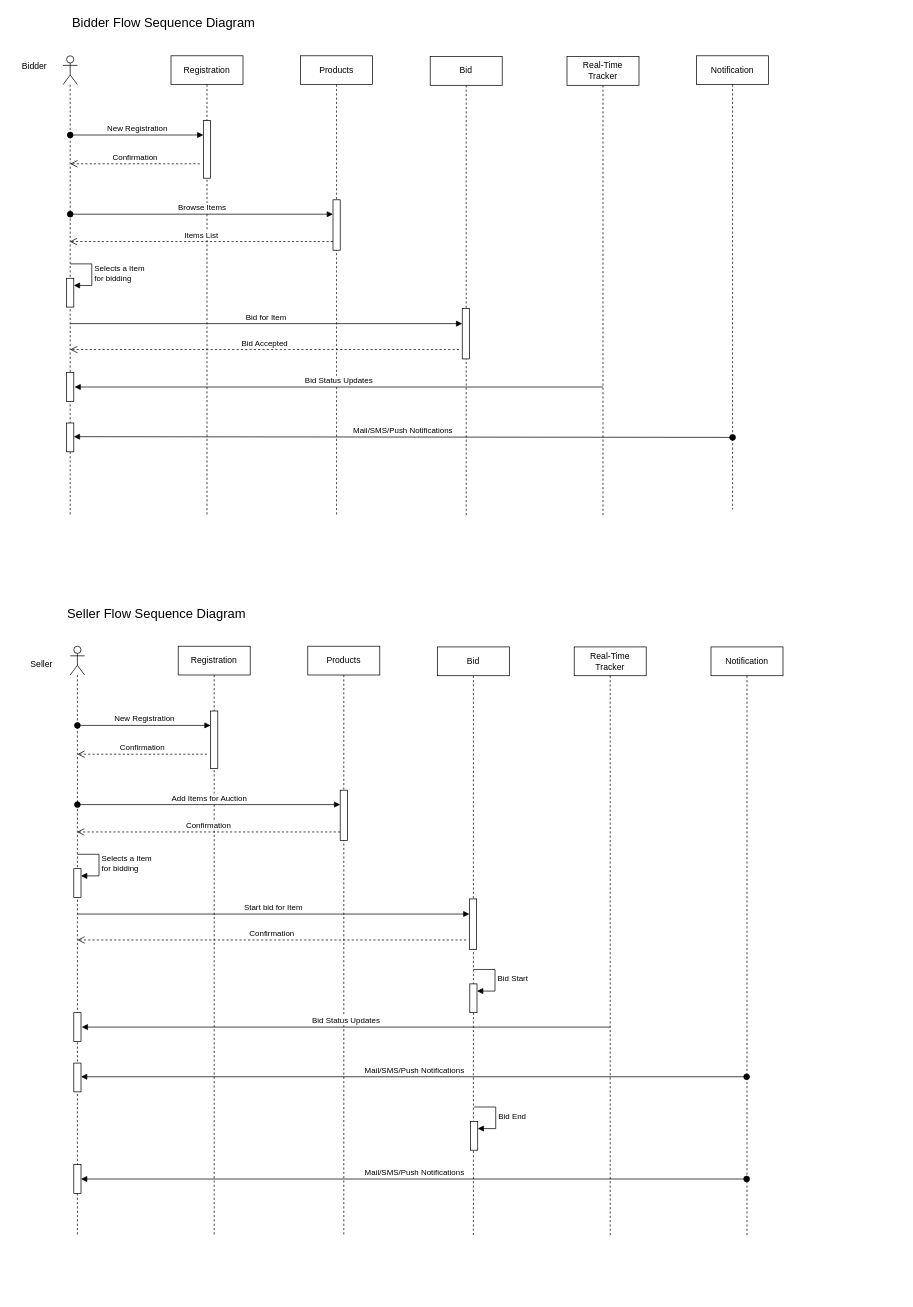
Above: online_bidding_system.drawio in pshivakumar/system-designs (draw.io), before the change. Source tidied: cells renumbered, new cells numbered last; positions are measured from the earlier drawing's top-left corner, leaving out a move shared by most shapes. Both pictures are drawn from the tidied source at 72%, with x=0, y=0 at pixel (12, 12).
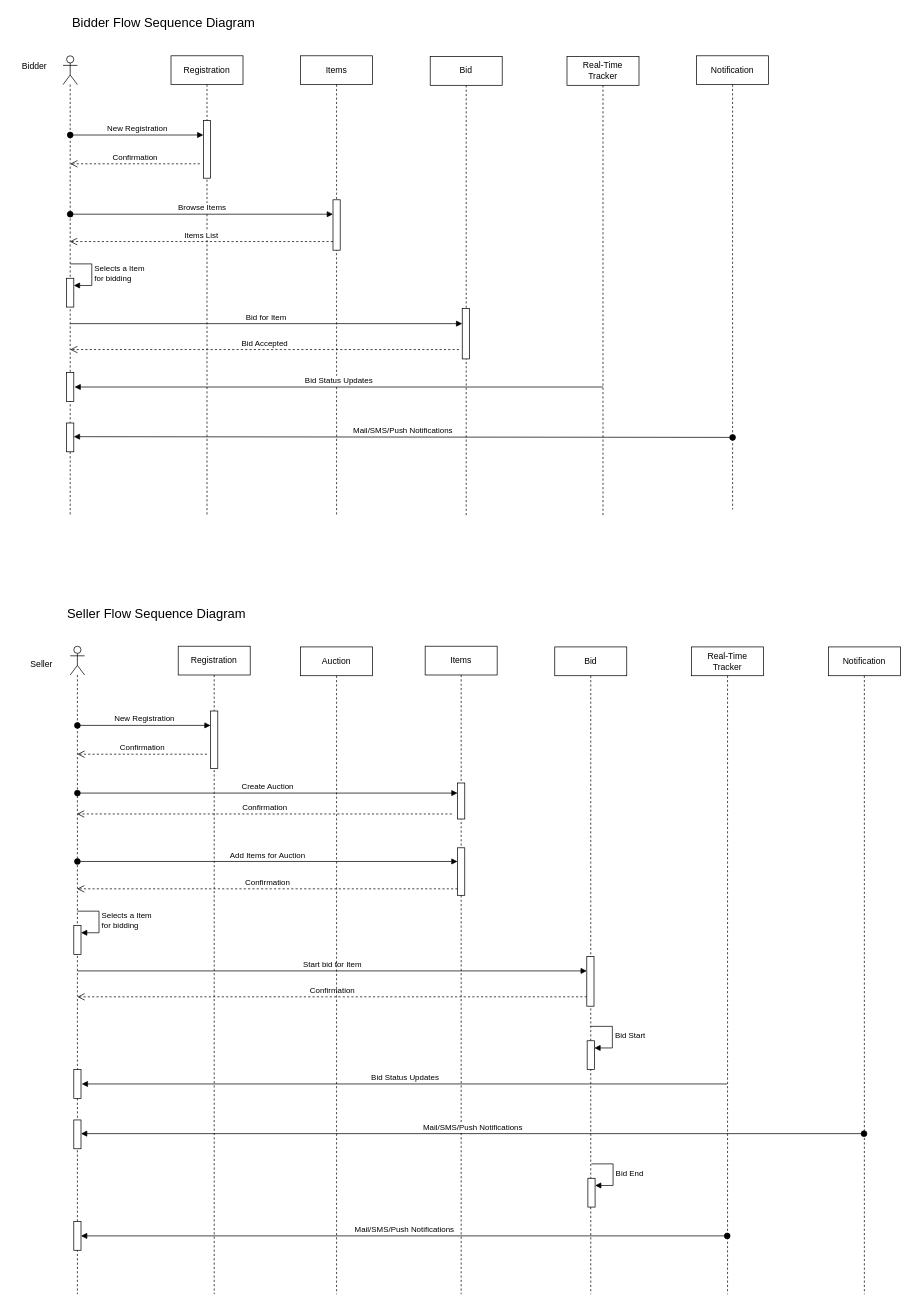
The same diagram, later.

Commit message:
docs: Updated the seller sequence diagram to add auction service and related flows

Change to the diagram source:
```diff
@@
-    <mxCell id="9" value="Products" style="shape=umlLifeline;perimeter=lifelinePerimeter;whiteSpace=wrap;html=1;newEdgeStyle={&quot;curved&quot;:0,&quot;rounded&quot;:0};" parent="1" vertex="1">
+    <mxCell id="9" value="Items" style="shape=umlLifeline;perimeter=lifelinePerimeter;whiteSpace=wrap;html=1;newEdgeStyle={&quot;curved&quot;:0,&quot;rounded&quot;:0};" parent="1" vertex="1">
       <mxGeometry x="400" y="60" width="100" height="640" as="geometry" />
     </mxCell>
@@
     <mxCell id="25" style="shape=umlLifeline;perimeter=lifelinePerimeter;whiteSpace=wrap;html=1;newEdgeStyle={&quot;curved&quot;:0,&quot;rounded&quot;:0};participant=umlActor;" parent="1" vertex="1">
-      <mxGeometry x="80" y="880" width="20" height="820" as="geometry" />
+      <mxGeometry x="80" y="880" width="20" height="900" as="geometry" />
     </mxCell>
     <mxCell id="26" style="html=1;points=[[0,0,0,0,5],[0,1,0,0,-5],[1,0,0,0,5],[1,1,0,0,-5]];perimeter=orthogonalPerimeter;outlineConnect=0;targetShapes=umlLifeline;portConstraint=eastwest;newEdgeStyle={&quot;curved&quot;:0,&quot;rounded&quot;:0};" parent="25" vertex="1">
-      <mxGeometry x="5" y="309" width="10" height="40" as="geometry" />
+      <mxGeometry x="5" y="388" width="10" height="40" as="geometry" />
     </mxCell>
     <mxCell id="27" value="Selects a Item&lt;br&gt;for bidding" style="html=1;align=left;spacingLeft=2;endArrow=block;rounded=0;edgeStyle=orthogonalEdgeStyle;curved=0;rounded=0;" parent="25" edge="1" target="26">
       <mxGeometry relative="1" as="geometry">
-        <mxPoint x="10" y="289" as="sourcePoint" />
+        <mxPoint x="10" y="368" as="sourcePoint" />
         <Array as="points">
-          <mxPoint x="40" y="319" />
+          <mxPoint x="40" y="398" />
         </Array>
       </mxGeometry>
     </mxCell>
     <mxCell id="28" style="html=1;perimeter=orthogonalPerimeter;targetShapes=umlLifeline;newEdgeStyle={&quot;curved&quot;:0,&quot;rounded&quot;:0};" parent="25" vertex="1">
-      <mxGeometry x="5" y="509" width="10" height="40" as="geometry" />
+      <mxGeometry x="5" y="588" width="10" height="40" as="geometry" />
     </mxCell>
     <mxCell id="29" style="html=1;perimeter=orthogonalPerimeter;targetShapes=umlLifeline;newEdgeStyle={&quot;curved&quot;:0,&quot;rounded&quot;:0};" parent="25" vertex="1">
-      <mxGeometry x="5" y="579" width="10" height="40" as="geometry" />
+      <mxGeometry x="5" y="658" width="10" height="40" as="geometry" />
     </mxCell>
     <mxCell id="30" style="html=1;perimeter=orthogonalPerimeter;targetShapes=umlLifeline;newEdgeStyle={&quot;curved&quot;:0,&quot;rounded&quot;:0};" parent="25" vertex="1">
-      <mxGeometry x="5" y="720" width="10" height="40" as="geometry" />
+      <mxGeometry x="5" y="799" width="10" height="40" as="geometry" />
     </mxCell>
     <mxCell id="31" value="Registration" style="shape=umlLifeline;perimeter=lifelinePerimeter;whiteSpace=wrap;html=1;newEdgeStyle={&quot;curved&quot;:0,&quot;rounded&quot;:0};" parent="1" vertex="1">
-      <mxGeometry x="230" y="880" width="100" height="820" as="geometry" />
+      <mxGeometry x="230" y="880" width="100" height="900" as="geometry" />
     </mxCell>
@@
-    <mxCell id="33" value="Products" style="shape=umlLifeline;perimeter=lifelinePerimeter;whiteSpace=wrap;html=1;newEdgeStyle={&quot;curved&quot;:0,&quot;rounded&quot;:0};" parent="1" vertex="1">
-      <mxGeometry x="410" y="880" width="100" height="820" as="geometry" />
+    <mxCell id="33" value="Items" style="shape=umlLifeline;perimeter=lifelinePerimeter;whiteSpace=wrap;html=1;newEdgeStyle={&quot;curved&quot;:0,&quot;rounded&quot;:0};" parent="1" vertex="1">
+      <mxGeometry x="573" y="880" width="100" height="900" as="geometry" />
     </mxCell>
     <mxCell id="34" style="html=1;points=[[0,0,0,0,5],[0,1,0,0,-5],[1,0,0,0,5],[1,1,0,0,-5]];perimeter=orthogonalPerimeter;outlineConnect=0;targetShapes=umlLifeline;portConstraint=eastwest;newEdgeStyle={&quot;curved&quot;:0,&quot;rounded&quot;:0};" parent="33" vertex="1">
-      <mxGeometry x="45" y="200" width="10" height="70" as="geometry" />
+      <mxGeometry x="45" y="280" width="10" height="66" as="geometry" />
     </mxCell>
+    <mxCell id="54" style="html=1;perimeter=orthogonalPerimeter;targetShapes=umlLifeline;newEdgeStyle={&quot;curved&quot;:0,&quot;rounded&quot;:0};" parent="33" vertex="1">
+      <mxGeometry x="45" y="190" width="10" height="50" as="geometry" />
+    </mxCell>
     <mxCell id="35" value="Bid" style="shape=umlLifeline;perimeter=lifelinePerimeter;whiteSpace=wrap;html=1;newEdgeStyle={&quot;curved&quot;:0,&quot;rounded&quot;:0};" parent="1" vertex="1">
-      <mxGeometry x="590" y="881" width="100" height="819" as="geometry" />
+      <mxGeometry x="753" y="881" width="100" height="899" as="geometry" />
     </mxCell>
     <mxCell id="36" style="html=1;points=[[0,0,0,0,5],[0,1,0,0,-5],[1,0,0,0,5],[1,1,0,0,-5]];perimeter=orthogonalPerimeter;outlineConnect=0;targetShapes=umlLifeline;portConstraint=eastwest;newEdgeStyle={&quot;curved&quot;:0,&quot;rounded&quot;:0};" parent="35" vertex="1">
-      <mxGeometry x="44.5" y="350" width="10" height="70" as="geometry" />
+      <mxGeometry x="44.5" y="430" width="10" height="69" as="geometry" />
     </mxCell>
     <mxCell id="37" style="html=1;points=[[0,0,0,0,5],[0,1,0,0,-5],[1,0,0,0,5],[1,1,0,0,-5]];perimeter=orthogonalPerimeter;outlineConnect=0;targetShapes=umlLifeline;portConstraint=eastwest;newEdgeStyle={&quot;curved&quot;:0,&quot;rounded&quot;:0};" parent="35" vertex="1">
-      <mxGeometry x="45" y="468" width="10" height="40" as="geometry" />
+      <mxGeometry x="45" y="547" width="10" height="40" as="geometry" />
     </mxCell>
     <mxCell id="38" value="Bid Start" style="html=1;align=left;spacingLeft=2;endArrow=block;rounded=0;edgeStyle=orthogonalEdgeStyle;curved=0;rounded=0;" parent="35" edge="1" target="37">
       <mxGeometry relative="1" as="geometry">
-        <mxPoint x="50" y="448" as="sourcePoint" />
+        <mxPoint x="50" y="527" as="sourcePoint" />
         <Array as="points">
-          <mxPoint x="80" y="478" />
+          <mxPoint x="80" y="557" />
         </Array>
       </mxGeometry>
     </mxCell>
     <mxCell id="39" style="html=1;points=[[0,0,0,0,5],[0,1,0,0,-5],[1,0,0,0,5],[1,1,0,0,-5]];perimeter=orthogonalPerimeter;outlineConnect=0;targetShapes=umlLifeline;portConstraint=eastwest;newEdgeStyle={&quot;curved&quot;:0,&quot;rounded&quot;:0};" parent="35" vertex="1">
-      <mxGeometry x="46" y="659" width="10" height="40" as="geometry" />
+      <mxGeometry x="46" y="738" width="10" height="40" as="geometry" />
     </mxCell>
     <mxCell id="40" value="Bid End" style="html=1;align=left;spacingLeft=2;endArrow=block;rounded=0;edgeStyle=orthogonalEdgeStyle;curved=0;rounded=0;" parent="35" edge="1" target="39">
       <mxGeometry relative="1" as="geometry">
-        <mxPoint x="51" y="639" as="sourcePoint" />
+        <mxPoint x="51" y="718" as="sourcePoint" />
         <Array as="points">
-          <mxPoint x="81" y="669" />
+          <mxPoint x="81" y="748" />
         </Array>
       </mxGeometry>
     </mxCell>
     <mxCell id="41" value="Real-Time Tracker" style="shape=umlLifeline;perimeter=lifelinePerimeter;whiteSpace=wrap;html=1;outlineConnect=0;portConstraint=eastwest;newEdgeStyle={&quot;curved&quot;:0,&quot;rounded&quot;:0};" parent="1" vertex="1">
-      <mxGeometry x="780" y="881" width="100" height="819" as="geometry" />
+      <mxGeometry x="943" y="881" width="100" height="899" as="geometry" />
     </mxCell>
@@
-    <mxCell id="44" value="Add Items for Auction" style="html=1;verticalAlign=bottom;startArrow=oval;startFill=1;endArrow=block;startSize=8;curved=0;rounded=0;" parent="1" edge="1" target="34">
+    <mxCell id="44" value="Add Items for Auction" style="html=1;verticalAlign=bottom;startArrow=oval;startFill=1;endArrow=block;startSize=8;curved=0;rounded=0;" parent="1" edge="1">
       <mxGeometry relative="1" as="geometry">
-        <mxPoint x="90" y="1100" as="sourcePoint" />
+        <mxPoint x="90" y="1179" as="sourcePoint" />
+        <mxPoint x="618" y="1179" as="targetPoint" />
       </mxGeometry>
     </mxCell>
-    <mxCell id="45" value="Confirmation" style="html=1;verticalAlign=bottom;endArrow=open;dashed=1;endSize=8;curved=0;rounded=0;exitX=0;exitY=1;exitDx=0;exitDy=-5;exitPerimeter=0;" parent="1" edge="1">
+    <mxCell id="45" value="Confirmation" style="html=1;verticalAlign=bottom;endArrow=open;dashed=1;endSize=8;curved=0;rounded=0;" parent="1" edge="1">
       <mxGeometry relative="1" as="geometry">
-        <mxPoint x="455" y="1138" as="sourcePoint" />
-        <mxPoint x="89.5" y="1138" as="targetPoint" />
+        <mxPoint x="618" y="1217" as="sourcePoint" />
+        <mxPoint x="89.5" y="1217" as="targetPoint" />
       </mxGeometry>
     </mxCell>
-    <mxCell id="46" value="Start bid for Item" style="html=1;verticalAlign=bottom;endArrow=block;curved=0;rounded=0;" parent="1" edge="1">
+    <mxCell id="46" value="Start bid for Item" style="html=1;verticalAlign=bottom;endArrow=block;curved=0;rounded=0;" parent="1" edge="1" target="36">
       <mxGeometry relative="1" as="geometry">
-        <mxPoint x="90" y="1252" as="sourcePoint" />
-        <mxPoint x="634.5" y="1252" as="targetPoint" />
+        <mxPoint x="90" y="1331" as="sourcePoint" />
       </mxGeometry>
     </mxCell>
-    <mxCell id="47" value="Confirmation" style="html=1;verticalAlign=bottom;endArrow=open;dashed=1;endSize=8;curved=0;rounded=0;" parent="1" edge="1">
+    <mxCell id="47" value="Confirmation" style="html=1;verticalAlign=bottom;endArrow=open;dashed=1;endSize=8;curved=0;rounded=0;" parent="1" edge="1" source="36">
       <mxGeometry relative="1" as="geometry">
-        <mxPoint x="630" y="1288" as="sourcePoint" />
-        <mxPoint x="90" y="1288" as="targetPoint" />
+        <mxPoint x="90" y="1367" as="targetPoint" />
       </mxGeometry>
     </mxCell>
-    <mxCell id="48" value="Bid Status Updates" style="html=1;verticalAlign=bottom;endArrow=block;curved=0;rounded=0;" parent="1" edge="1">
+    <mxCell id="48" value="Bid Status Updates" style="html=1;verticalAlign=bottom;endArrow=block;curved=0;rounded=0;" parent="1" edge="1" source="41">
       <mxGeometry relative="1" as="geometry">
-        <mxPoint x="830" y="1409" as="sourcePoint" />
-        <mxPoint x="96" y="1409" as="targetPoint" />
+        <mxPoint x="96" y="1488" as="targetPoint" />
       </mxGeometry>
     </mxCell>
-    <mxCell id="49" value="Mail/SMS/Push Notifications" style="html=1;verticalAlign=bottom;startArrow=oval;endArrow=block;startSize=8;curved=0;rounded=0;entryX=1;entryY=0;entryDx=0;entryDy=5;entryPerimeter=0;" parent="1" edge="1">
+    <mxCell id="49" value="Mail/SMS/Push Notifications" style="html=1;verticalAlign=bottom;startArrow=oval;endArrow=block;startSize=8;curved=0;rounded=0;entryX=1;entryY=0;entryDx=0;entryDy=5;entryPerimeter=0;" parent="1" edge="1" source="52">
       <mxGeometry relative="1" as="geometry">
-        <mxPoint x="1019.5" y="1478" as="sourcePoint" />
-        <mxPoint x="95" y="1478" as="targetPoint" />
+        <mxPoint x="95" y="1557" as="targetPoint" />
       </mxGeometry>
     </mxCell>
@@
     <mxCell id="52" value="Notification" style="shape=umlLifeline;perimeter=lifelinePerimeter;whiteSpace=wrap;html=1;outlineConnect=0;portConstraint=eastwest;newEdgeStyle={&quot;curved&quot;:0,&quot;rounded&quot;:0};" parent="1" vertex="1">
-      <mxGeometry x="970" y="881" width="100" height="819" as="geometry" />
+      <mxGeometry x="1133" y="881" width="100" height="899" as="geometry" />
     </mxCell>
     <mxCell id="53" value="Mail/SMS/Push Notifications" style="html=1;verticalAlign=bottom;startArrow=oval;endArrow=block;startSize=8;curved=0;rounded=0;entryX=1;entryY=0;entryDx=0;entryDy=5;entryPerimeter=0;" parent="1" edge="1">
       <mxGeometry relative="1" as="geometry">
-        <mxPoint x="1019.5" y="1620" as="sourcePoint" />
-        <mxPoint x="95" y="1620" as="targetPoint" />
+        <mxPoint x="992.5" y="1699" as="sourcePoint" />
+        <mxPoint x="95" y="1699" as="targetPoint" />
       </mxGeometry>
     </mxCell>
+    <mxCell id="55" value="Auction" style="shape=umlLifeline;perimeter=lifelinePerimeter;whiteSpace=wrap;html=1;newEdgeStyle={&quot;curved&quot;:0,&quot;rounded&quot;:0};" parent="1" vertex="1">
+      <mxGeometry x="400" y="881" width="100" height="899" as="geometry" />
+    </mxCell>
+    <mxCell id="56" value="Create Auction" style="html=1;verticalAlign=bottom;startArrow=oval;startFill=1;endArrow=block;startSize=8;curved=0;rounded=0;" parent="1" edge="1">
+      <mxGeometry relative="1" as="geometry">
+        <mxPoint x="90" y="1084" as="sourcePoint" />
+        <mxPoint x="618" y="1084" as="targetPoint" />
+      </mxGeometry>
+    </mxCell>
+    <mxCell id="57" value="Confirmation" style="html=1;verticalAlign=bottom;endArrow=open;dashed=1;endSize=8;curved=0;rounded=0;" parent="1" edge="1">
+      <mxGeometry relative="1" as="geometry">
+        <mxPoint x="610" y="1113" as="sourcePoint" />
+        <mxPoint x="89.5" y="1113" as="targetPoint" />
+      </mxGeometry>
+    </mxCell>
```
